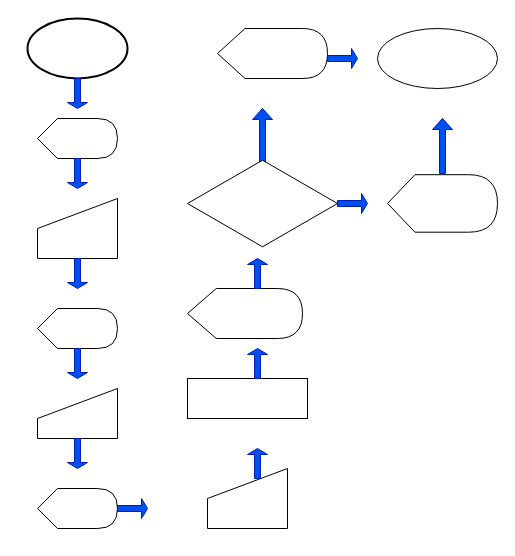
This is page "Page-1" (1 of 2) of Untitled Diagram.drawio from bentoway/senai-versoes-colaboracoes, a draw.io file, before an edit. Source tidied: cells renumbered, new cells numbered last; positions are measured from the earlier drawing's top-left corner, leaving out a move shared by most shapes. Both pictures are drawn from the tidied source at 100%, with x=0, y=0 at pixel (27, 18).
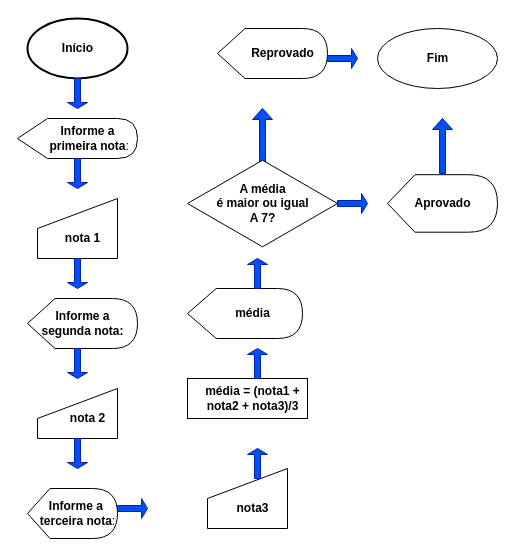
After the change.

The edit, as a diff of the source:
```diff
@@
     <mxCell id="4" style="shape=display;whiteSpace=wrap;html=1;" parent="1" vertex="1">
-      <mxGeometry x="10" y="100" width="80" height="40" as="geometry" />
+      <mxGeometry x="-10" y="100" width="120" height="40" as="geometry" />
     </mxCell>
@@
     <mxCell id="7" style="shape=display;whiteSpace=wrap;html=1;" parent="1" vertex="1">
-      <mxGeometry x="10" y="290" width="80" height="40" as="geometry" />
+      <mxGeometry y="280" width="110" height="50" as="geometry" />
     </mxCell>
@@
     <mxCell id="10" style="shape=display;whiteSpace=wrap;html=1;" parent="1" vertex="1">
-      <mxGeometry x="10" y="470" width="80" height="40" as="geometry" />
+      <mxGeometry y="470" width="90" height="50" as="geometry" />
     </mxCell>
@@
+    <mxCell id="28" value="&lt;b&gt;Início&lt;/b&gt;" style="text;html=1;align=center;verticalAlign=middle;fillColor=none;strokeColor=none;rounded=0;" parent="1" vertex="1">
+      <mxGeometry x="25" y="20" width="50" height="20" as="geometry" />
+    </mxCell>
+    <mxCell id="29" value="&lt;b&gt;Reprovado&lt;/b&gt;" style="text;html=1;align=center;verticalAlign=middle;fillColor=none;strokeColor=none;rounded=0;" parent="1" vertex="1">
+      <mxGeometry x="215" y="25" width="80" height="20" as="geometry" />
+    </mxCell>
+    <mxCell id="30" value="&lt;b&gt;Fim&lt;/b&gt;" style="text;html=1;align=center;verticalAlign=middle;fillColor=none;strokeColor=none;rounded=0;" parent="1" vertex="1">
+      <mxGeometry x="390" y="30" width="40" height="20" as="geometry" />
+    </mxCell>
+    <mxCell id="31" value="&lt;b&gt;Informe a&lt;br&gt;&amp;nbsp;primeira nota&lt;/b&gt;:" style="text;html=1;align=center;verticalAlign=middle;fillColor=none;strokeColor=none;rounded=0;" parent="1" vertex="1">
+      <mxGeometry x="10" y="105" width="100" height="30" as="geometry" />
+    </mxCell>
+    <mxCell id="32" value="&lt;b&gt;A média&lt;br&gt;é maior ou igual&lt;br&gt;A 7?&lt;/b&gt;" style="text;html=1;align=center;verticalAlign=middle;fillColor=none;strokeColor=none;rounded=0;" parent="1" vertex="1">
+      <mxGeometry x="180" y="160" width="110" height="50" as="geometry" />
+    </mxCell>
+    <mxCell id="33" value="&lt;b&gt;Aprovado&lt;/b&gt;" style="text;html=1;align=center;verticalAlign=middle;fillColor=none;strokeColor=none;rounded=0;" parent="1" vertex="1">
+      <mxGeometry x="380" y="175" width="70" height="20" as="geometry" />
+    </mxCell>
+    <mxCell id="34" value="&lt;b&gt;nota 1&lt;/b&gt;" style="text;html=1;align=center;verticalAlign=middle;fillColor=none;strokeColor=none;rounded=0;" parent="1" vertex="1">
+      <mxGeometry x="30" y="210" width="50" height="20" as="geometry" />
+    </mxCell>
+    <mxCell id="35" value="&lt;b&gt;Informe a&lt;br&gt;segunda nota:&lt;/b&gt;" style="text;html=1;align=center;verticalAlign=middle;fillColor=none;strokeColor=none;rounded=0;" parent="1" vertex="1">
+      <mxGeometry x="5" y="290" width="100" height="30" as="geometry" />
+    </mxCell>
+    <mxCell id="36" value="&lt;b&gt;nota 2&lt;/b&gt;" style="text;html=1;align=center;verticalAlign=middle;fillColor=none;strokeColor=none;rounded=0;" parent="1" vertex="1">
+      <mxGeometry x="35" y="390" width="50" height="20" as="geometry" />
+    </mxCell>
+    <mxCell id="37" value="&lt;b&gt;média&lt;/b&gt;" style="text;html=1;align=center;verticalAlign=middle;fillColor=none;strokeColor=none;rounded=0;" parent="1" vertex="1">
+      <mxGeometry x="200" y="285" width="50" height="20" as="geometry" />
+    </mxCell>
+    <mxCell id="38" value="&lt;b&gt;média = (nota1 +&lt;br&gt;nota2 + nota3)/3&lt;/b&gt;" style="text;html=1;align=center;verticalAlign=middle;fillColor=none;strokeColor=none;rounded=0;" parent="1" vertex="1">
+      <mxGeometry x="170" y="365" width="110" height="30" as="geometry" />
+    </mxCell>
+    <mxCell id="39" value="&lt;b&gt;nota3&lt;/b&gt;" style="text;html=1;align=center;verticalAlign=middle;fillColor=none;strokeColor=none;rounded=0;" parent="1" vertex="1">
+      <mxGeometry x="200" y="480" width="50" height="20" as="geometry" />
+    </mxCell>
+    <mxCell id="40" value="&lt;b&gt;Informe a&amp;nbsp;&lt;br&gt;terceira nota&lt;/b&gt;:" style="text;html=1;align=center;verticalAlign=middle;fillColor=none;strokeColor=none;rounded=0;" parent="1" vertex="1">
+      <mxGeometry x="5" y="480" width="90" height="30" as="geometry" />
+    </mxCell>
```
